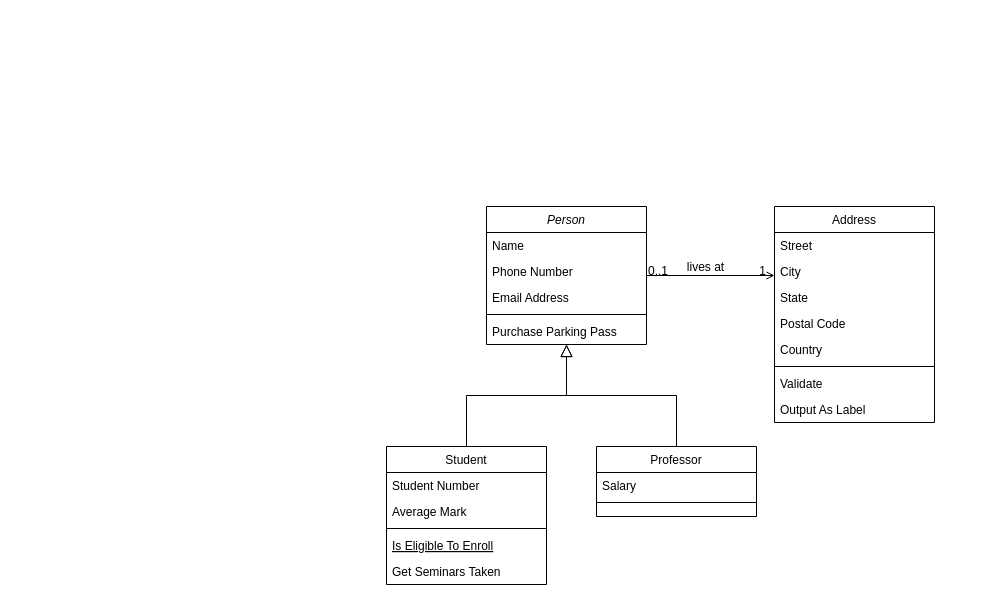
Paros998/ConverterJava keeps this draw.io diagram as Diagram bez tytułu.drawio. Above is the earlier version. Source tidied: cells renumbered, new cells numbered last; positions are measured from the earlier drawing's top-left corner, leaving out a move shared by most shapes. Both pictures are drawn from the tidied source at 100%, with x=0, y=0 at pixel (386, 206).
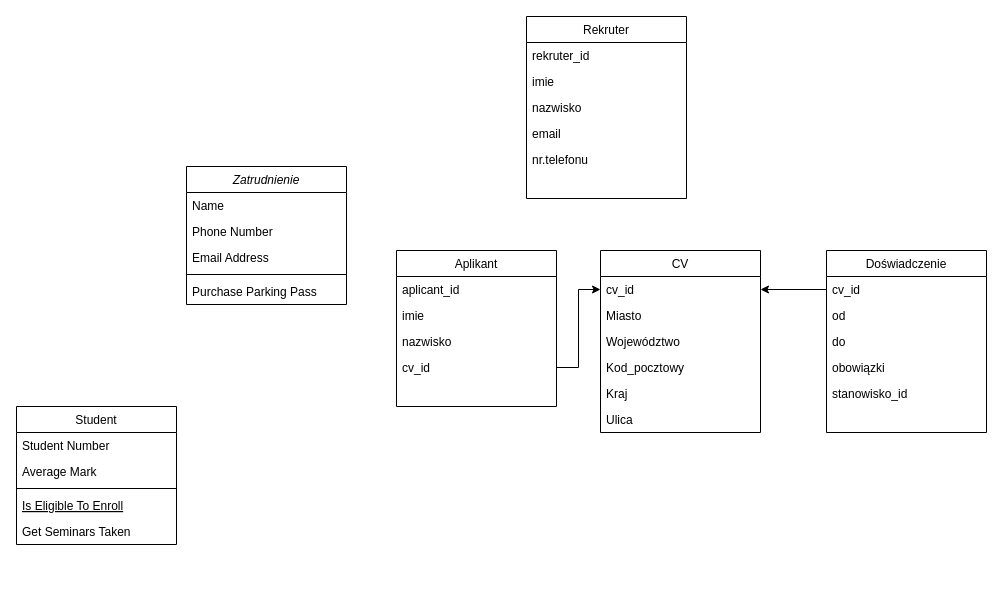
After the change.

Change to the diagram source:
```diff
@@
-    <mxCell id="2" value="Person" style="swimlane;fontStyle=2;align=center;verticalAlign=top;horizontal=1;startSize=26;rounded=0;shadow=0;strokeWidth=1;" parent="1" vertex="1">
-      <mxGeometry x="100" width="160" height="138" as="geometry" />
+    <mxCell id="2" value="Zatrudnienie" style="swimlane;fontStyle=2;align=center;verticalAlign=top;horizontal=1;startSize=26;rounded=0;shadow=0;strokeWidth=1;" parent="1" vertex="1">
+      <mxGeometry x="-200" y="-40" width="160" height="138" as="geometry" />
     </mxCell>
@@
     <mxCell id="8" value="Student" style="swimlane;fontStyle=0;align=center;verticalAlign=top;horizontal=1;startSize=26;rounded=0;shadow=0;strokeWidth=1;" parent="1" vertex="1">
-      <mxGeometry y="240" width="160" height="138" as="geometry" />
+      <mxGeometry x="-370" y="200" width="160" height="138" as="geometry" />
     </mxCell>
@@
-    <mxCell id="14" style="endArrow=block;endSize=10;endFill=0;shadow=0;strokeWidth=1;rounded=0;edgeStyle=elbowEdgeStyle;elbow=vertical;" parent="1" edge="1" source="8" target="2">
-      <mxGeometry relative="1" as="geometry" />
-    </mxCell>
-    <mxCell id="15" value="Professor" style="swimlane;fontStyle=0;align=center;verticalAlign=top;horizontal=1;startSize=26;rounded=0;shadow=0;strokeWidth=1;" parent="1" vertex="1">
-      <mxGeometry x="210" y="240" width="160" height="70" as="geometry" />
+    <mxCell id="15" value="Aplikant" style="swimlane;fontStyle=0;align=center;verticalAlign=top;horizontal=1;startSize=26;rounded=0;shadow=0;strokeWidth=1;" parent="1" vertex="1">
+      <mxGeometry x="10" y="44" width="160" height="156" as="geometry" />
     </mxCell>
-    <mxCell id="16" value="Salary" style="text;align=left;verticalAlign=top;spacingLeft=4;spacingRight=4;overflow=hidden;" parent="15" vertex="1">
+    <mxCell id="16" value="aplicant_id" style="text;align=left;verticalAlign=top;spacingLeft=4;spacingRight=4;overflow=hidden;" parent="15" vertex="1">
       <mxGeometry y="26" width="160" height="26" as="geometry" />
     </mxCell>
-    <mxCell id="17" style="line;html=1;strokeWidth=1;align=left;verticalAlign=middle;spacingTop=-1;spacingLeft=3;spacingRight=3;labelPosition=right;" parent="15" vertex="1">
-      <mxGeometry y="52" width="160" height="8" as="geometry" />
-    </mxCell>
-    <mxCell id="18" style="endArrow=block;endSize=10;endFill=0;shadow=0;strokeWidth=1;rounded=0;edgeStyle=elbowEdgeStyle;elbow=vertical;" parent="1" edge="1" source="15" target="2">
-      <mxGeometry relative="1" as="geometry" />
-    </mxCell>
-    <mxCell id="19" value="Address" style="swimlane;fontStyle=0;align=center;verticalAlign=top;horizontal=1;startSize=26;rounded=0;shadow=0;strokeWidth=1;" parent="1" vertex="1">
-      <mxGeometry x="388" width="160" height="216" as="geometry" />
-    </mxCell>
-    <mxCell id="20" value="Street" style="text;align=left;verticalAlign=top;spacingLeft=4;spacingRight=4;overflow=hidden;" parent="19" vertex="1">
-      <mxGeometry y="26" width="160" height="26" as="geometry" />
-    </mxCell>
-    <mxCell id="21" value="City" style="text;align=left;verticalAlign=top;spacingLeft=4;spacingRight=4;overflow=hidden;rounded=0;shadow=0;html=0;" parent="19" vertex="1">
-      <mxGeometry y="52" width="160" height="26" as="geometry" />
-    </mxCell>
-    <mxCell id="22" value="State" style="text;align=left;verticalAlign=top;spacingLeft=4;spacingRight=4;overflow=hidden;rounded=0;shadow=0;html=0;" parent="19" vertex="1">
-      <mxGeometry y="78" width="160" height="26" as="geometry" />
-    </mxCell>
-    <mxCell id="23" value="Postal Code" style="text;align=left;verticalAlign=top;spacingLeft=4;spacingRight=4;overflow=hidden;rounded=0;shadow=0;html=0;" parent="19" vertex="1">
-      <mxGeometry y="104" width="160" height="26" as="geometry" />
-    </mxCell>
-    <mxCell id="24" value="Country" style="text;align=left;verticalAlign=top;spacingLeft=4;spacingRight=4;overflow=hidden;rounded=0;shadow=0;html=0;" parent="19" vertex="1">
-      <mxGeometry y="130" width="160" height="26" as="geometry" />
-    </mxCell>
-    <mxCell id="25" style="line;html=1;strokeWidth=1;align=left;verticalAlign=middle;spacingTop=-1;spacingLeft=3;spacingRight=3;labelPosition=right;" parent="19" vertex="1">
-      <mxGeometry y="156" width="160" height="8" as="geometry" />
-    </mxCell>
-    <mxCell id="26" value="Validate" style="text;align=left;verticalAlign=top;spacingLeft=4;spacingRight=4;overflow=hidden;" parent="19" vertex="1">
-      <mxGeometry y="164" width="160" height="26" as="geometry" />
-    </mxCell>
-    <mxCell id="27" value="Output As Label" style="text;align=left;verticalAlign=top;spacingLeft=4;spacingRight=4;overflow=hidden;" parent="19" vertex="1">
-      <mxGeometry y="190" width="160" height="26" as="geometry" />
-    </mxCell>
-    <mxCell id="28" style="endArrow=open;shadow=0;strokeWidth=1;rounded=0;endFill=1;edgeStyle=elbowEdgeStyle;elbow=vertical;" parent="1" edge="1" source="2" target="19">
-      <mxGeometry x="0.5" y="41" relative="1" as="geometry">
-        <mxPoint x="-40" y="32" as="offset" />
-      </mxGeometry>
-    </mxCell>
-    <mxCell id="29" value="0..1" style="align=left;verticalAlign=bottom;labelBackgroundColor=none;fontSize=12;" parent="28" vertex="1">
-      <mxGeometry x="-1" relative="1" as="geometry">
-        <mxPoint y="4" as="offset" />
-      </mxGeometry>
-    </mxCell>
-    <mxCell id="30" value="1" style="align=right;verticalAlign=bottom;labelBackgroundColor=none;fontSize=12;" parent="28" vertex="1">
-      <mxGeometry x="1" relative="1" as="geometry">
-        <mxPoint x="-7" y="4" as="offset" />
-      </mxGeometry>
-    </mxCell>
-    <mxCell id="31" value="lives at" style="text;html=1;align=center;verticalAlign=middle;labelBackgroundColor=none;rounded=0;shadow=0;strokeWidth=1;fontSize=12;" parent="28" vertex="1">
-      <mxGeometry x="0.5" y="49" relative="1" as="geometry">
-        <mxPoint x="-38" y="40" as="offset" />
-      </mxGeometry>
-    </mxCell>
+    <mxCell id="32" value="imie" style="text;align=left;verticalAlign=top;spacingLeft=4;spacingRight=4;overflow=hidden;rounded=0;shadow=0;html=0;" parent="15" vertex="1">
+      <mxGeometry y="52" width="160" height="26" as="geometry" />
+    </mxCell>
+    <mxCell id="33" value="nazwisko" style="text;align=left;verticalAlign=top;spacingLeft=4;spacingRight=4;overflow=hidden;rounded=0;shadow=0;html=0;" parent="15" vertex="1">
+      <mxGeometry y="78" width="160" height="26" as="geometry" />
+    </mxCell>
+    <mxCell id="34" value="cv_id" style="text;align=left;verticalAlign=top;spacingLeft=4;spacingRight=4;overflow=hidden;points=[[0,0.5],[1,0.5]];portConstraint=eastwest;" parent="15" vertex="1">
+      <mxGeometry y="104" width="160" height="26" as="geometry" />
+    </mxCell>
+    <mxCell id="35" value="Rekruter" style="swimlane;fontStyle=0;align=center;verticalAlign=top;horizontal=1;startSize=26;rounded=0;shadow=0;strokeWidth=1;" parent="1" vertex="1">
+      <mxGeometry x="140" y="-190" width="160" height="182" as="geometry" />
+    </mxCell>
+    <mxCell id="36" value="rekruter_id" style="text;align=left;verticalAlign=top;spacingLeft=4;spacingRight=4;overflow=hidden;" parent="35" vertex="1">
+      <mxGeometry y="26" width="160" height="26" as="geometry" />
+    </mxCell>
+    <mxCell id="37" value="imie" style="text;align=left;verticalAlign=top;spacingLeft=4;spacingRight=4;overflow=hidden;rounded=0;shadow=0;html=0;" parent="35" vertex="1">
+      <mxGeometry y="52" width="160" height="26" as="geometry" />
+    </mxCell>
+    <mxCell id="38" value="nazwisko" style="text;align=left;verticalAlign=top;spacingLeft=4;spacingRight=4;overflow=hidden;rounded=0;shadow=0;html=0;" parent="35" vertex="1">
+      <mxGeometry y="78" width="160" height="26" as="geometry" />
+    </mxCell>
+    <mxCell id="39" value="email" style="text;align=left;verticalAlign=top;spacingLeft=4;spacingRight=4;overflow=hidden;rounded=0;shadow=0;html=0;" parent="35" vertex="1">
+      <mxGeometry y="104" width="160" height="26" as="geometry" />
+    </mxCell>
+    <mxCell id="40" value="nr.telefonu" style="text;align=left;verticalAlign=top;spacingLeft=4;spacingRight=4;overflow=hidden;" parent="35" vertex="1">
+      <mxGeometry y="130" width="160" height="26" as="geometry" />
+    </mxCell>
+    <mxCell id="41" value="CV" style="swimlane;fontStyle=0;align=center;verticalAlign=top;horizontal=1;startSize=26;rounded=0;shadow=0;strokeWidth=1;" parent="1" vertex="1">
+      <mxGeometry x="214" y="44" width="160" height="182" as="geometry" />
+    </mxCell>
+    <mxCell id="42" value="cv_id" style="text;align=left;verticalAlign=top;spacingLeft=4;spacingRight=4;overflow=hidden;points=[[0,0.5],[1,0.5]];portConstraint=eastwest;" parent="41" vertex="1">
+      <mxGeometry y="26" width="160" height="26" as="geometry" />
+    </mxCell>
+    <mxCell id="43" value="Miasto" style="text;align=left;verticalAlign=top;spacingLeft=4;spacingRight=4;overflow=hidden;rounded=0;shadow=0;html=0;" parent="1" vertex="1">
+      <mxGeometry x="214" y="96" width="160" height="26" as="geometry" />
+    </mxCell>
+    <mxCell id="44" value="Województwo" style="text;align=left;verticalAlign=top;spacingLeft=4;spacingRight=4;overflow=hidden;rounded=0;shadow=0;html=0;" parent="1" vertex="1">
+      <mxGeometry x="214" y="122" width="160" height="26" as="geometry" />
+    </mxCell>
+    <mxCell id="45" value="Kod_pocztowy" style="text;align=left;verticalAlign=top;spacingLeft=4;spacingRight=4;overflow=hidden;rounded=0;shadow=0;html=0;" parent="1" vertex="1">
+      <mxGeometry x="214" y="148" width="160" height="26" as="geometry" />
+    </mxCell>
+    <mxCell id="46" value="Kraj" style="text;align=left;verticalAlign=top;spacingLeft=4;spacingRight=4;overflow=hidden;rounded=0;shadow=0;html=0;" parent="1" vertex="1">
+      <mxGeometry x="214" y="174" width="160" height="26" as="geometry" />
+    </mxCell>
+    <mxCell id="47" value="Ulica" style="text;align=left;verticalAlign=top;spacingLeft=4;spacingRight=4;overflow=hidden;" parent="1" vertex="1">
+      <mxGeometry x="214" y="200" width="160" height="26" as="geometry" />
+    </mxCell>
+    <mxCell id="48" value="Doświadczenie" style="swimlane;fontStyle=0;align=center;verticalAlign=top;horizontal=1;startSize=26;rounded=0;shadow=0;strokeWidth=1;" parent="1" vertex="1">
+      <mxGeometry x="440" y="44" width="160" height="182" as="geometry" />
+    </mxCell>
+    <mxCell id="49" value="cv_id" style="text;align=left;verticalAlign=top;spacingLeft=4;spacingRight=4;overflow=hidden;points=[[0,0.5],[1,0.5]];portConstraint=eastwest;" parent="48" vertex="1">
+      <mxGeometry y="26" width="160" height="26" as="geometry" />
+    </mxCell>
+    <mxCell id="50" value="od" style="text;align=left;verticalAlign=top;spacingLeft=4;spacingRight=4;overflow=hidden;" parent="48" vertex="1">
+      <mxGeometry y="52" width="160" height="26" as="geometry" />
+    </mxCell>
+    <mxCell id="51" value="do" style="text;align=left;verticalAlign=top;spacingLeft=4;spacingRight=4;overflow=hidden;" parent="48" vertex="1">
+      <mxGeometry y="78" width="160" height="26" as="geometry" />
+    </mxCell>
+    <mxCell id="52" value="obowiązki" style="text;align=left;verticalAlign=top;spacingLeft=4;spacingRight=4;overflow=hidden;" parent="48" vertex="1">
+      <mxGeometry y="104" width="160" height="26" as="geometry" />
+    </mxCell>
+    <mxCell id="53" value="stanowisko_id" style="text;align=left;verticalAlign=top;spacingLeft=4;spacingRight=4;overflow=hidden;" parent="48" vertex="1">
+      <mxGeometry y="130" width="160" height="26" as="geometry" />
+    </mxCell>
+    <mxCell id="54" style="edgeStyle=orthogonalEdgeStyle;rounded=0;jettySize=auto;html=1;exitX=1;exitY=0.5;exitDx=0;exitDy=0;entryX=0;entryY=0.5;entryDx=0;entryDy=0;" parent="1" edge="1" source="34" target="42">
+      <mxGeometry relative="1" as="geometry" />
+    </mxCell>
+    <mxCell id="55" style="edgeStyle=orthogonalEdgeStyle;rounded=0;jettySize=auto;html=1;exitX=0;exitY=0.5;exitDx=0;exitDy=0;entryX=1;entryY=0.5;entryDx=0;entryDy=0;" parent="1" edge="1" source="49" target="42">
+      <mxGeometry relative="1" as="geometry" />
+    </mxCell>
```
